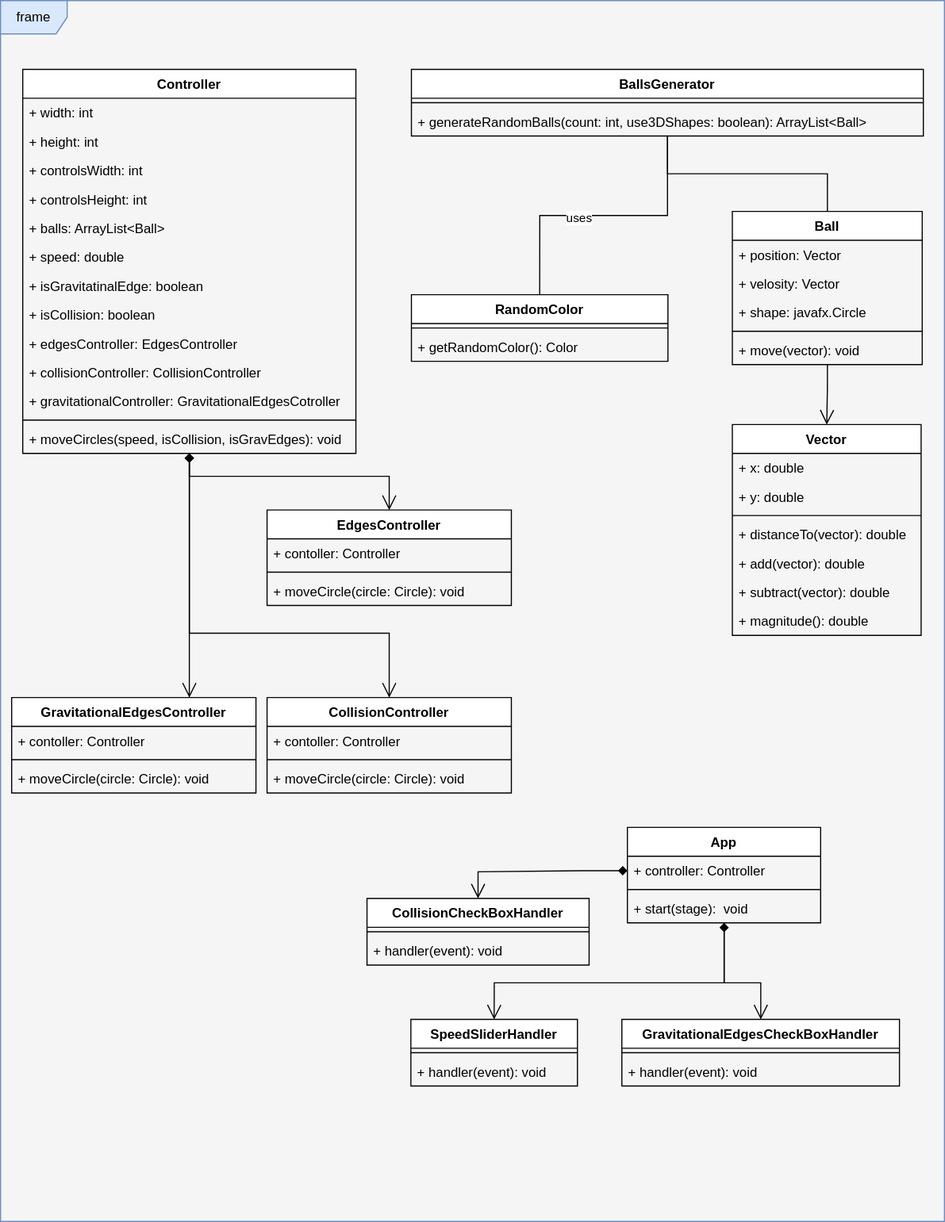
The draw.io diagram bouncing-balls-class-uml.svg in MuhammadSawalhy/bouncing-balls-javafx, before a commit. Source tidied: cells renumbered, new cells last; positions are measured from the earlier drawing's top-left corner, leaving out a move shared by most shapes.
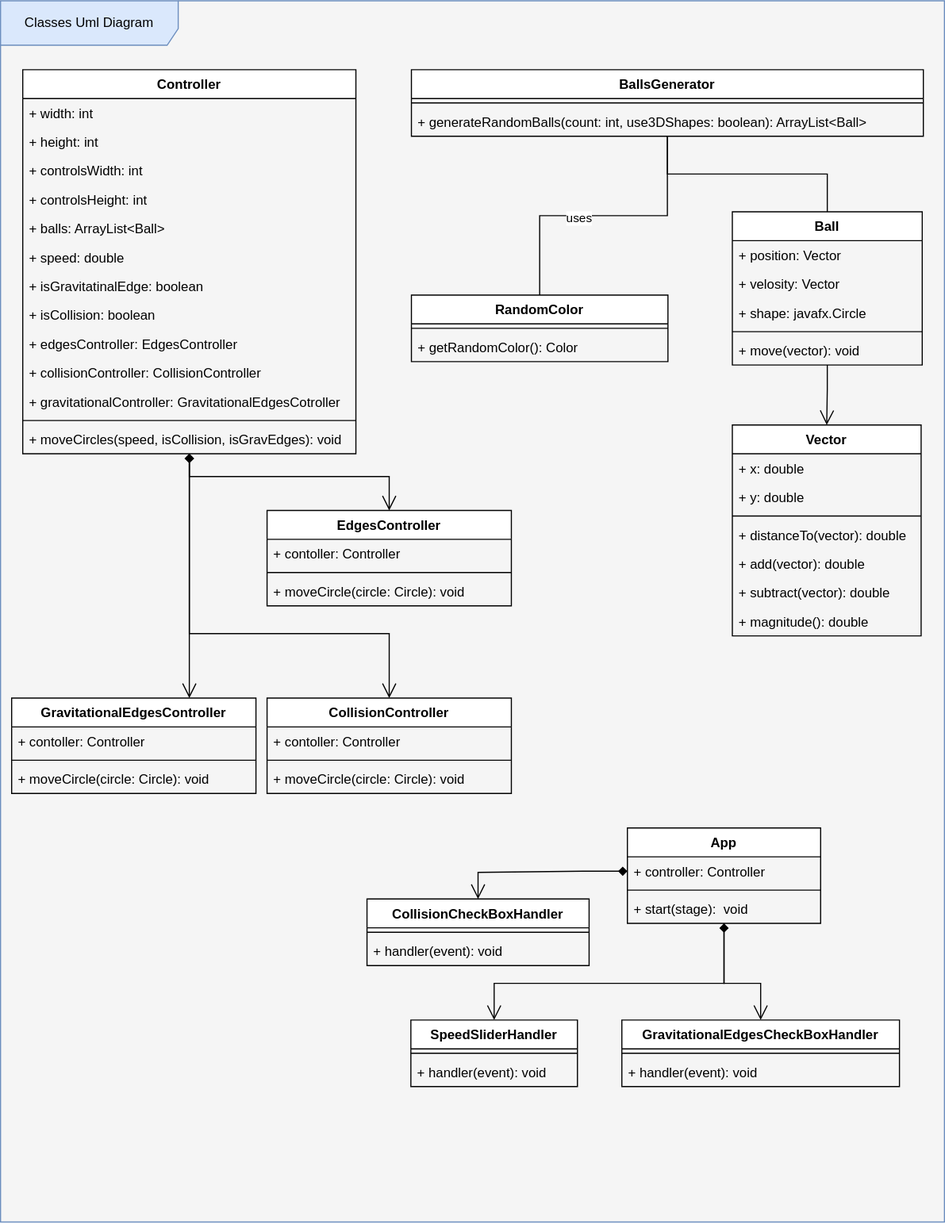
The same file after the commit.

Commit message:
Keep the SVG file only and change the frame title

Diff of the diagram source:
```diff
@@ -2,7 +2,7 @@
   <root>
     <mxCell id="0" />
     <mxCell id="1" parent="0" />
-    <mxCell id="2" value="frame" style="shape=umlFrame;whiteSpace=wrap;html=1;fillColor=#dae8fc;strokeColor=#6c8ebf;gradientColor=none;swimlaneFillColor=#F5F5F5;" parent="1" vertex="1">
+    <mxCell id="2" value="Classes Uml Diagram" style="shape=umlFrame;whiteSpace=wrap;html=1;fillColor=#dae8fc;strokeColor=#6c8ebf;gradientColor=none;swimlaneFillColor=#F5F5F5;width=160;height=40;" parent="1" vertex="1">
       <mxGeometry width="850" height="1100" as="geometry" />
     </mxCell>
     <mxCell id="3" style="edgeStyle=orthogonalEdgeStyle;rounded=0;jettySize=auto;html=1;startArrow=diamond;startFill=1;endArrow=open;endFill=0;startSize=6;endSize=11;" parent="1" edge="1" source="6" target="35">
```
